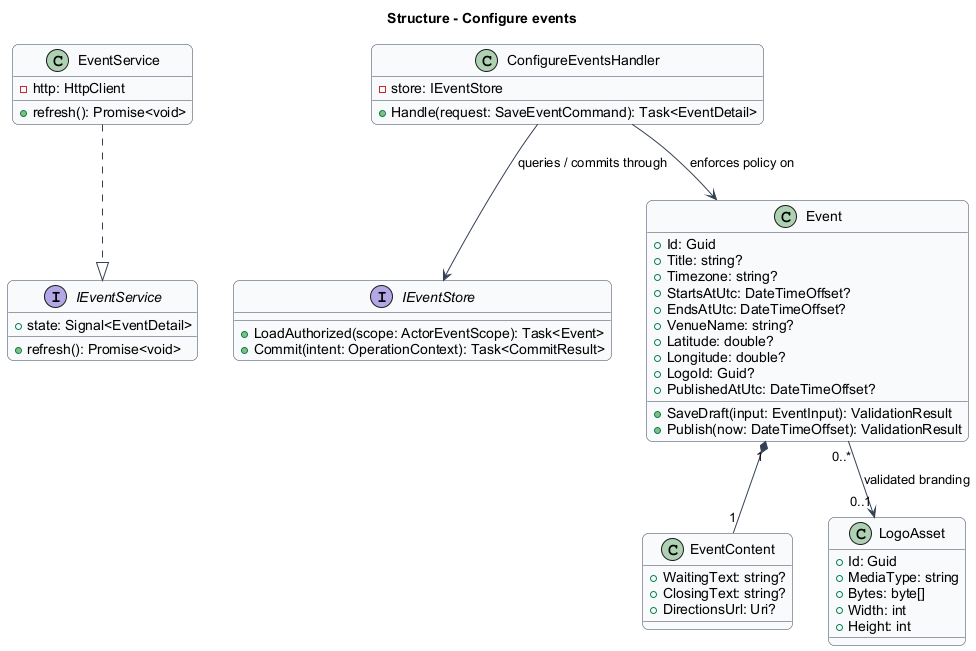
Before: docs/detailed-designs/event-administration/configure-events/diagrams/classes.png, a diagram exported from PlantUML (QuinntyneBrown/faithtech-toronto-ai-build-event). Source of this version:
```plantuml
@startuml
skinparam backgroundColor #FFFFFF
skinparam shadowing false
skinparam roundcorner 12
skinparam defaultFontName Arial
skinparam ArrowColor #344054
skinparam classBackgroundColor #F9FAFB
skinparam classBorderColor #344054
skinparam sequenceMessageAlign center
skinparam maxMessageSize 180
title Structure - Configure events
interface IEventService {
  +state: Signal<EventDetail>
  +refresh(): Promise<void>
}
class EventService {
  -http: HttpClient
  +refresh(): Promise<void>
}
class ConfigureEventsHandler {
  -store: IEventStore
  +Handle(request: SaveEventCommand): Task<EventDetail>
}
interface IEventStore {
  +LoadAuthorized(scope: ActorEventScope): Task<Event>
  +Commit(intent: OperationContext): Task<CommitResult>
}
class Event {
  +Id: Guid
  +Title: string?
  +Timezone: string?
  +StartsAtUtc: DateTimeOffset?
  +EndsAtUtc: DateTimeOffset?
  +VenueName: string?
  +Latitude: double?
  +Longitude: double?
  +LogoId: Guid?
  +PublishedAtUtc: DateTimeOffset?
  +SaveDraft(input: EventInput): ValidationResult
  +Publish(now: DateTimeOffset): ValidationResult
}
EventService ..|> IEventService
ConfigureEventsHandler --> IEventStore : queries / commits through
ConfigureEventsHandler --> Event : enforces policy on
class EventContent {
  +WaitingText: string?
  +ClosingText: string?
  +DirectionsUrl: Uri?
}
class LogoAsset {
  +Id: Guid
  +MediaType: string
  +Bytes: byte[]
  +Width: int
  +Height: int
}
Event "1" *-- "1" EventContent
Event "0..*" --> "0..1" LogoAsset : validated branding

@enduml
```
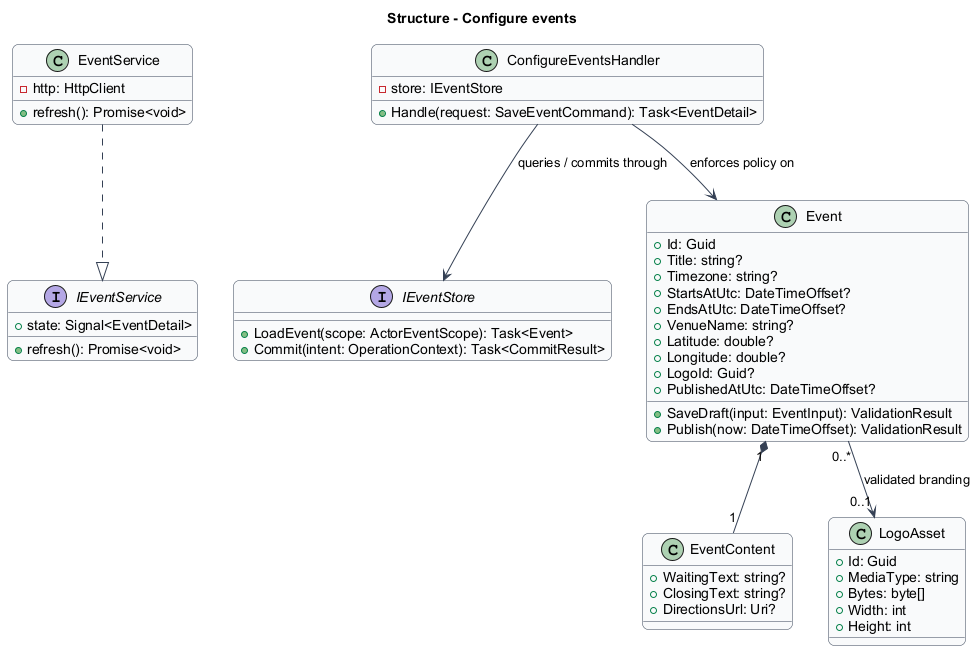
The same file after the commit.

What changed in the source:
```diff
@@ -22,7 +22,7 @@
   +Handle(request: SaveEventCommand): Task<EventDetail>
 }
 interface IEventStore {
-  +LoadAuthorized(scope: ActorEventScope): Task<Event>
+  +LoadEvent(scope: ActorEventScope): Task<Event>
   +Commit(intent: OperationContext): Task<CommitResult>
 }
 class Event {
```
